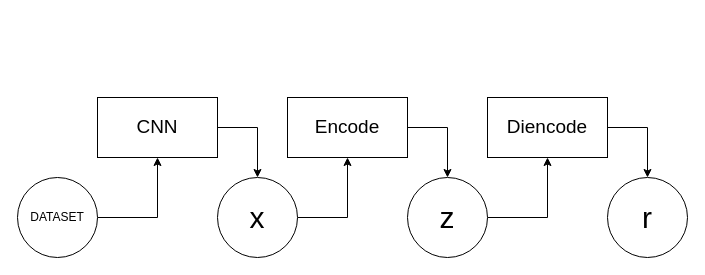
Above: page "Page-3" (3 of 4) of Untitled Diagram.drawio in yumilor/yumilor (draw.io), before the change. Source tidied: cells renumbered, new cells numbered last; positions are measured from the earlier drawing's top-left corner, leaving out a move shared by most shapes. Both pictures are drawn from the tidied source at 100%, with x=0, y=0 at pixel (17, 97).
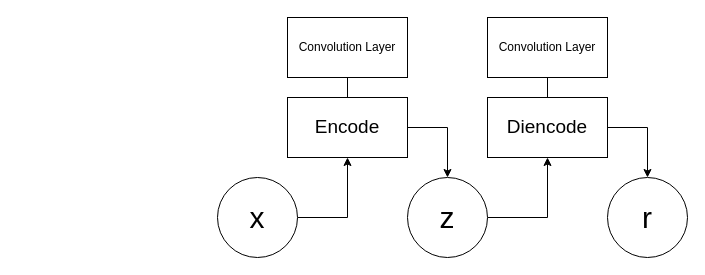
The same page after the edit.

The edit, as a diff of the source:
```diff
@@
 <mxGraphModel>
   <root>
     <mxCell id="0" />
     <mxCell id="1" parent="0" />
     <mxCell id="2" style="edgeStyle=orthogonalEdgeStyle;rounded=0;jettySize=auto;html=1;exitX=1;exitY=0.5;exitDx=0;exitDy=0;entryX=0.5;entryY=1;entryDx=0;entryDy=0;" parent="1" edge="1" source="3" target="5">
       <mxGeometry relative="1" as="geometry" />
     </mxCell>
     <mxCell id="3" value="&lt;font style=&quot;font-size: 30px;&quot;&gt;x&lt;/font&gt;" style="ellipse;whiteSpace=wrap;html=1;" parent="1" vertex="1">
       <mxGeometry x="200" y="80" width="80" height="80" as="geometry" />
     </mxCell>
     <mxCell id="4" style="edgeStyle=orthogonalEdgeStyle;rounded=0;jettySize=auto;html=1;exitX=1;exitY=0.5;exitDx=0;exitDy=0;entryX=0.5;entryY=0;entryDx=0;entryDy=0;" parent="1" edge="1" source="5" target="7">
       <mxGeometry relative="1" as="geometry" />
     </mxCell>
     <mxCell id="5" value="&lt;font style=&quot;font-size: 19px;&quot;&gt;Encode&lt;/font&gt;" style="whiteSpace=wrap;html=1;" parent="1" vertex="1">
       <mxGeometry x="270" width="120" height="60" as="geometry" />
     </mxCell>
     <mxCell id="6" style="edgeStyle=orthogonalEdgeStyle;rounded=0;jettySize=auto;html=1;exitX=1;exitY=0.5;exitDx=0;exitDy=0;entryX=0.5;entryY=1;entryDx=0;entryDy=0;" parent="1" edge="1" source="7" target="9">
       <mxGeometry relative="1" as="geometry" />
     </mxCell>
     <mxCell id="7" value="&lt;font style=&quot;font-size: 30px;&quot;&gt;z&lt;/font&gt;" style="ellipse;whiteSpace=wrap;html=1;" parent="1" vertex="1">
       <mxGeometry x="390" y="80" width="80" height="80" as="geometry" />
     </mxCell>
     <mxCell id="8" style="edgeStyle=orthogonalEdgeStyle;rounded=0;jettySize=auto;html=1;exitX=1;exitY=0.5;exitDx=0;exitDy=0;entryX=0.5;entryY=0;entryDx=0;entryDy=0;" parent="1" edge="1" source="9" target="10">
       <mxGeometry relative="1" as="geometry" />
     </mxCell>
     <mxCell id="9" value="&lt;font style=&quot;font-size: 19px;&quot;&gt;Diencode&lt;/font&gt;" style="whiteSpace=wrap;html=1;" parent="1" vertex="1">
       <mxGeometry x="470" width="120" height="60" as="geometry" />
     </mxCell>
     <mxCell id="10" value="&lt;font style=&quot;font-size: 30px;&quot;&gt;r&lt;/font&gt;" style="ellipse;whiteSpace=wrap;html=1;" parent="1" vertex="1">
       <mxGeometry x="590" y="80" width="80" height="80" as="geometry" />
     </mxCell>
-    <mxCell id="11" style="edgeStyle=orthogonalEdgeStyle;rounded=0;jettySize=auto;html=1;exitX=1;exitY=0.5;exitDx=0;exitDy=0;entryX=0.5;entryY=0;entryDx=0;entryDy=0;" parent="1" edge="1" source="12" target="3">
-      <mxGeometry relative="1" as="geometry" />
-    </mxCell>
-    <mxCell id="12" value="&lt;font style=&quot;font-size: 19px;&quot;&gt;CNN&lt;/font&gt;" style="rounded=0;whiteSpace=wrap;html=1;" parent="1" vertex="1">
-      <mxGeometry x="80" width="120" height="60" as="geometry" />
-    </mxCell>
-    <mxCell id="13" style="edgeStyle=orthogonalEdgeStyle;rounded=0;jettySize=auto;html=1;exitX=1;exitY=0.5;exitDx=0;exitDy=0;entryX=0.5;entryY=1;entryDx=0;entryDy=0;" parent="1" edge="1" source="14" target="12">
-      <mxGeometry relative="1" as="geometry" />
-    </mxCell>
-    <mxCell id="14" value="DATASET" style="ellipse;whiteSpace=wrap;html=1;" parent="1" vertex="1">
-      <mxGeometry y="80" width="80" height="80" as="geometry" />
-    </mxCell>
+    <mxCell id="15" style="edgeStyle=orthogonalEdgeStyle;rounded=0;jettySize=auto;html=1;exitX=0.5;exitY=1;exitDx=0;exitDy=0;entryX=0.5;entryY=0;entryDx=0;entryDy=0;endArrow=none;endFill=0;" parent="1" edge="1" source="16" target="5">
+      <mxGeometry relative="1" as="geometry" />
+    </mxCell>
+    <mxCell id="16" value="Convolution Layer" style="whiteSpace=wrap;html=1;" parent="1" vertex="1">
+      <mxGeometry x="270" y="-80" width="120" height="60" as="geometry" />
+    </mxCell>
+    <mxCell id="17" style="edgeStyle=orthogonalEdgeStyle;rounded=0;jettySize=auto;html=1;exitX=0.5;exitY=1;exitDx=0;exitDy=0;entryX=0.5;entryY=0;entryDx=0;entryDy=0;endArrow=none;endFill=0;" parent="1" edge="1" source="18" target="9">
+      <mxGeometry relative="1" as="geometry" />
+    </mxCell>
+    <mxCell id="18" value="Convolution Layer" style="whiteSpace=wrap;html=1;" parent="1" vertex="1">
+      <mxGeometry x="470" y="-80" width="120" height="60" as="geometry" />
+    </mxCell>
   </root>
 </mxGraphModel>
```
